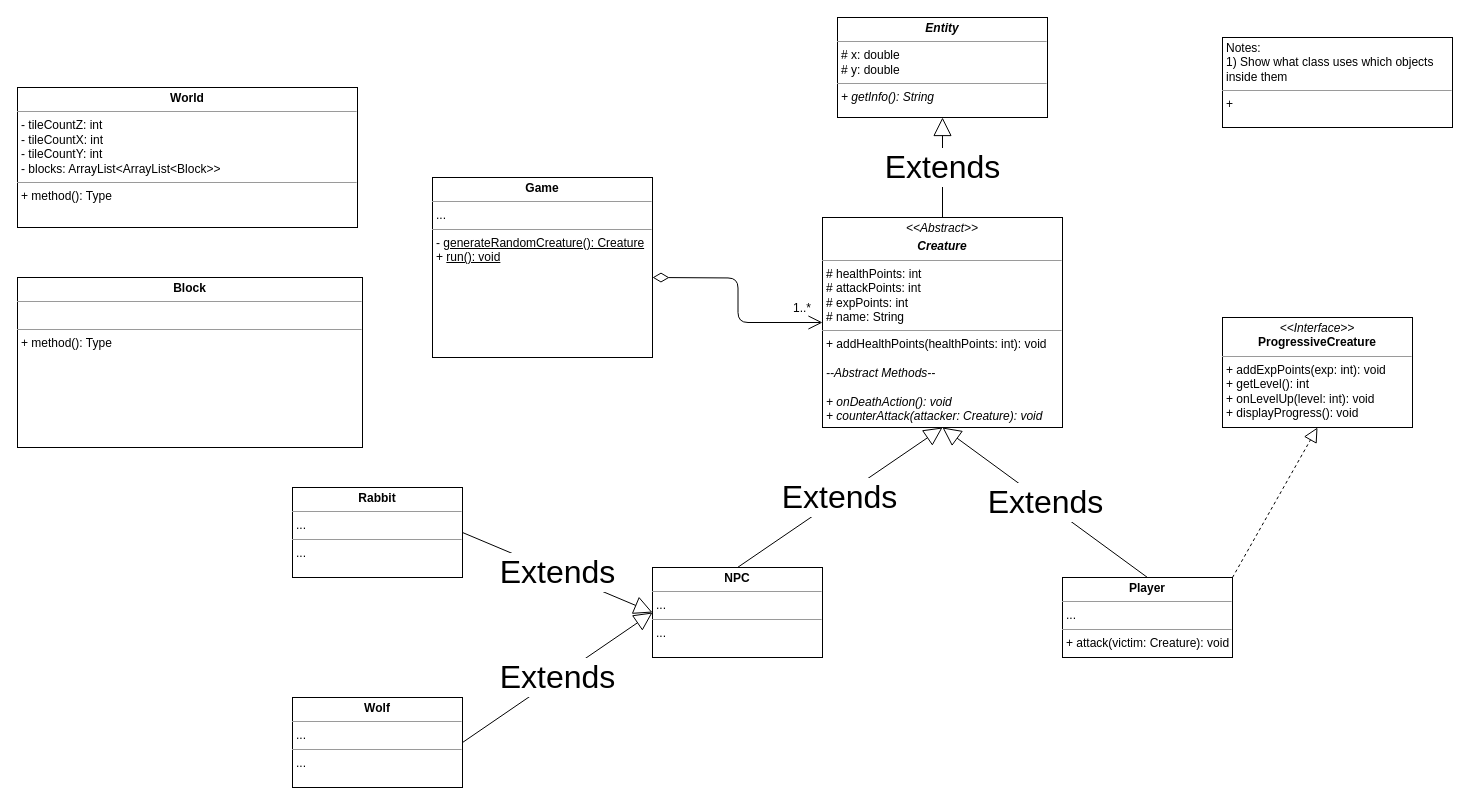
Above: uml/Untitled Diagram.drawio in Maks0bs/OOM-game-project (draw.io), before the change. Source tidied: cells renumbered, new cells numbered last; positions are measured from the earlier drawing's top-left corner, leaving out a move shared by most shapes. Both pictures are drawn from the tidied source at 100%, with x=0, y=0 at pixel (17, 17).
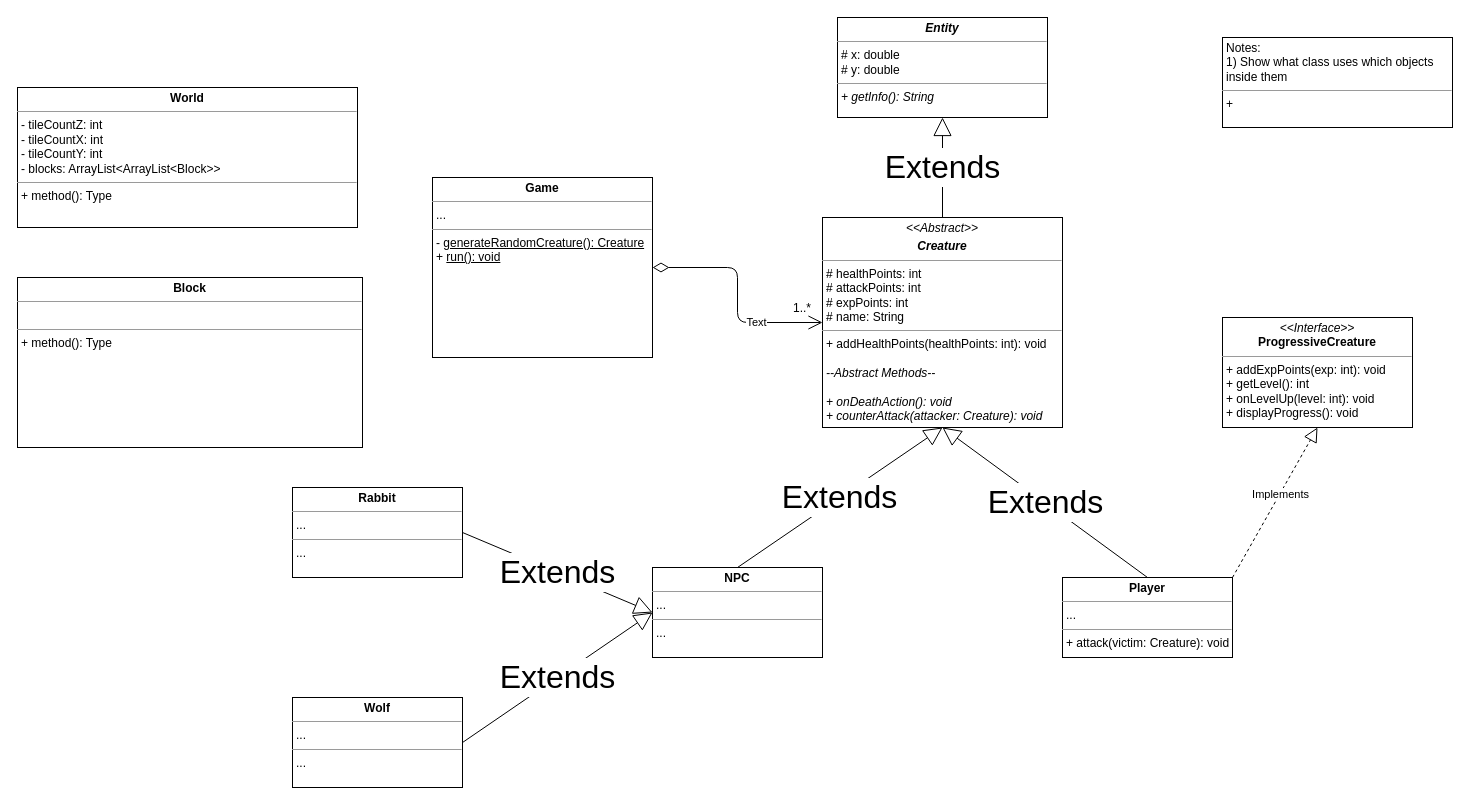
The same page after the edit.

The change refers to these unchanged cells:
```xml
<mxCell id="4" value="&lt;p style=&quot;margin: 4px 0px 0px ; text-align: center&quot;&gt;&lt;i&gt;&amp;lt;&amp;lt;Abstract&amp;gt;&amp;gt;&lt;/i&gt;&lt;/p&gt;&lt;p style=&quot;margin: 4px 0px 0px ; text-align: center&quot;&gt;&lt;b&gt;&lt;i&gt;Creature&lt;/i&gt;&lt;/b&gt;&lt;/p&gt;&lt;hr size=&quot;1&quot;&gt;&lt;p style=&quot;margin: 0px 0px 0px 4px&quot;&gt;# healthPoints: int&lt;br&gt;# attackPoints: int&lt;br&gt;&lt;/p&gt;&lt;p style=&quot;margin: 0px 0px 0px 4px&quot;&gt;# expPoints: int&lt;br&gt;&lt;/p&gt;&lt;p style=&quot;margin: 0px 0px 0px 4px&quot;&gt;# name: String&lt;br&gt;&lt;/p&gt;&lt;hr size=&quot;1&quot;&gt;&lt;p style=&quot;margin: 0px 0px 0px 4px&quot;&gt;+ addHealthPoints(healthPoints: int): void&lt;/p&gt;&lt;p style=&quot;margin: 0px 0px 0px 4px&quot;&gt;&lt;br&gt;&lt;/p&gt;&lt;p style=&quot;margin: 0px 0px 0px 4px&quot;&gt;&lt;i&gt;--Abstract Methods--&lt;/i&gt;&lt;/p&gt;&lt;p style=&quot;margin: 0px 0px 0px 4px&quot;&gt;&lt;i&gt;&lt;br&gt;&lt;/i&gt;&lt;/p&gt;&lt;p style=&quot;margin: 0px 0px 0px 4px&quot;&gt;&lt;i&gt;+ onDeathAction(): void&lt;/i&gt;&lt;/p&gt;&lt;p style=&quot;margin: 0px 0px 0px 4px&quot;&gt;&lt;i&gt;+ counterAttack(attacker: Creature): void&lt;/i&gt;&lt;/p&gt;" style="verticalAlign=top;align=left;overflow=fill;fontSize=12;fontFamily=Helvetica;html=1;" parent="1" vertex="1">
  <mxGeometry x="805" y="200" width="240" height="210" as="geometry" />
</mxCell>
<mxCell id="11" style="endArrow=block;dashed=1;endFill=0;endSize=12;html=1;fontSize=32;entryX=0.5;entryY=1;entryDx=0;entryDy=0;exitX=1;exitY=0;exitDx=0;exitDy=0;" parent="1" edge="1" source="5" target="2">
  <mxGeometry relative="1" as="geometry" />
</mxCell>
<mxCell id="15" value="&lt;p style=&quot;margin: 0px ; margin-top: 4px ; text-align: center&quot;&gt;&lt;b&gt;Game&lt;/b&gt;&lt;/p&gt;&lt;hr size=&quot;1&quot;&gt;&lt;p style=&quot;margin: 0px ; margin-left: 4px&quot;&gt;...&lt;/p&gt;&lt;hr size=&quot;1&quot;&gt;&lt;p style=&quot;margin: 0px ; margin-left: 4px&quot;&gt;- &lt;u&gt;generateRandomCreature(): Creature&lt;/u&gt;&lt;/p&gt;&lt;p style=&quot;margin: 0px ; margin-left: 4px&quot;&gt;+ &lt;u&gt;run(): void&lt;/u&gt;&lt;/p&gt;" style="verticalAlign=top;align=left;overflow=fill;fontSize=12;fontFamily=Helvetica;html=1;" parent="1" vertex="1">
  <mxGeometry x="415" y="160" width="220" height="180" as="geometry" />
</mxCell>
```

Diff of the diagram source:
```diff
@@
+    <mxCell id="20" value="Implements" style="edgeLabel;html=1;align=center;verticalAlign=middle;" parent="11" vertex="1">
+      <mxGeometry x="0.11" relative="1" as="geometry" />
+    </mxCell>
@@
-    <mxCell id="17" value="1..*" style="endArrow=open;html=1;endSize=12;startArrow=diamondThin;startSize=14;startFill=0;edgeStyle=orthogonalEdgeStyle;align=left;verticalAlign=bottom;fontSize=12;entryX=0;entryY=0.5;entryDx=0;entryDy=0;" parent="1" edge="1" target="4">
-      <mxGeometry x="0.72" y="5" relative="1" as="geometry">
-        <mxPoint x="635" y="260" as="sourcePoint" />
-      </mxGeometry>
+    <mxCell id="17" value="1..*" style="endArrow=open;html=1;endSize=12;startArrow=diamondThin;startSize=14;startFill=0;edgeStyle=orthogonalEdgeStyle;align=left;verticalAlign=bottom;fontSize=12;entryX=0;entryY=0.5;entryDx=0;entryDy=0;exitX=1;exitY=0.5;exitDx=0;exitDy=0;" parent="1" edge="1" source="15" target="4">
+      <mxGeometry x="0.72" y="5" relative="1" as="geometry" />
     </mxCell>
+    <mxCell id="21" value="Text" style="edgeLabel;html=1;align=center;verticalAlign=middle;" parent="17" vertex="1">
+      <mxGeometry x="0.4" y="1" relative="1" as="geometry" />
+    </mxCell>
```
